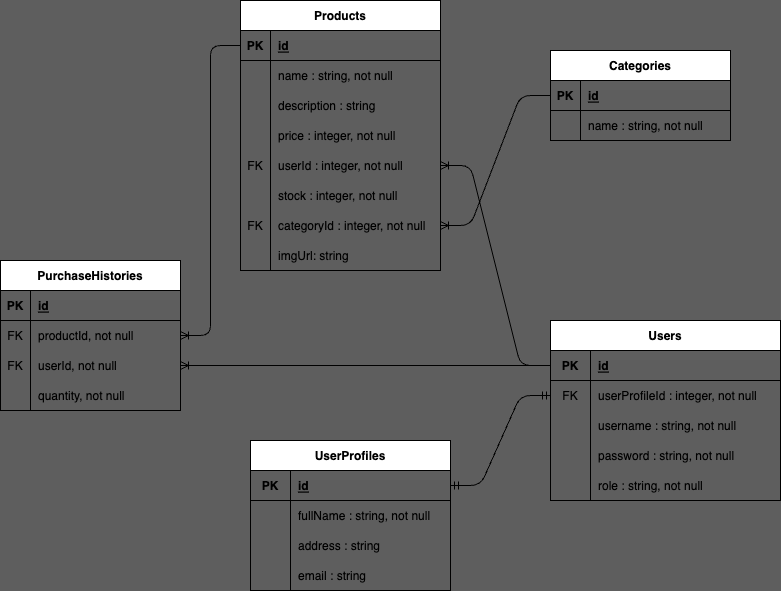
IngridSurya/PH1-PP-Ecommerce keeps this draw.io diagram as schema_ecommerce.png. Above is the earlier version. Source tidied: cells renumbered, new cells last; positions are measured from the earlier drawing's top-left corner, leaving out a move shared by most shapes.
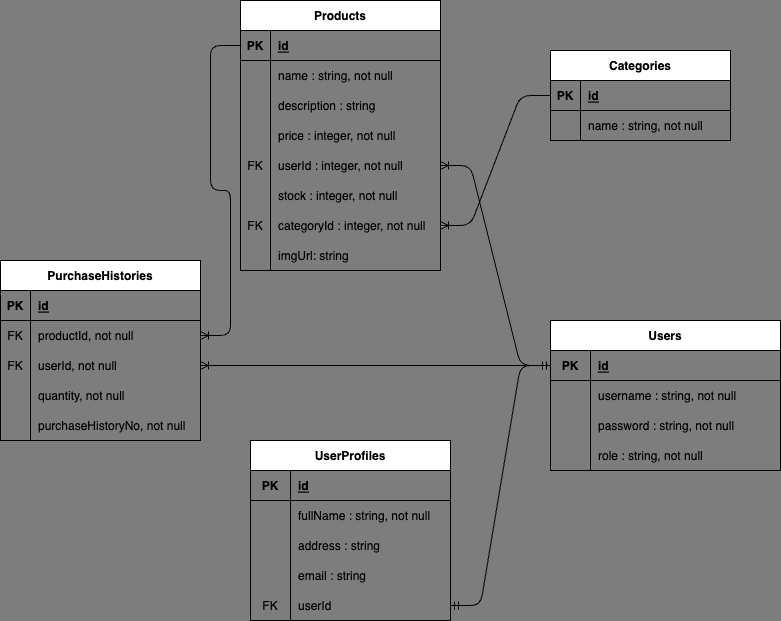
The same diagram one commit later.

The edit, as a diff of the source:
```diff
@@ -1,4 +1,4 @@
-<mxGraphModel background="#5E5E5E">
+<mxGraphModel background="#7D7D7D">
   <root>
     <mxCell id="0" />
     <mxCell id="1" parent="0" />
@@ -99,7 +99,7 @@
       <mxGeometry x="30" width="150" height="30" as="geometry" />
     </mxCell>
     <mxCell id="34" value="Users" style="shape=table;startSize=30;rowLines=0;fontStyle=1;align=center;" parent="1" vertex="1">
-      <mxGeometry x="550" y="320" width="230" height="180" as="geometry" />
+      <mxGeometry x="550" y="320" width="230" height="150" as="geometry" />
     </mxCell>
     <mxCell id="35" style="shape=tableRow;horizontal=0;startSize=0;swimlaneHead=0;swimlaneBody=0;fillColor=none;points=[[0,0.5],[1,0.5]];portConstraint=eastwest;top=0;left=0;right=0;bottom=1;" parent="34" vertex="1">
       <mxGeometry y="30" width="230" height="30" as="geometry" />
@@ -110,17 +110,8 @@
     <mxCell id="37" value="id" style="shape=partialRectangle;fillColor=none;top=0;left=0;bottom=0;right=0;align=left;spacingLeft=6;fontStyle=5;overflow=hidden;" parent="35" vertex="1">
       <mxGeometry x="40" width="190" height="30" as="geometry" />
     </mxCell>
-    <mxCell id="38" style="shape=tableRow;horizontal=0;startSize=0;swimlaneHead=0;swimlaneBody=0;fillColor=none;points=[[0,0.5],[1,0.5]];portConstraint=eastwest;top=0;left=0;right=0;bottom=0;" parent="34" vertex="1">
-      <mxGeometry y="60" width="230" height="30" as="geometry" />
-    </mxCell>
-    <mxCell id="39" value="FK" style="shape=partialRectangle;fillColor=none;top=0;left=0;bottom=0;right=0;overflow=hidden;" parent="38" vertex="1">
-      <mxGeometry width="40" height="30" as="geometry" />
-    </mxCell>
-    <mxCell id="40" value="userProfileId : integer, not null" style="shape=partialRectangle;fillColor=none;top=0;left=0;bottom=0;right=0;align=left;spacingLeft=6;overflow=hidden;" parent="38" vertex="1">
-      <mxGeometry x="40" width="190" height="30" as="geometry" />
-    </mxCell>
     <mxCell id="41" style="shape=tableRow;horizontal=0;startSize=0;swimlaneHead=0;swimlaneBody=0;fillColor=none;top=0;left=0;right=0;bottom=0;" parent="34" vertex="1">
-      <mxGeometry y="90" width="230" height="30" as="geometry" />
+      <mxGeometry y="60" width="230" height="30" as="geometry" />
     </mxCell>
     <mxCell id="42" style="shape=partialRectangle;fillColor=none;top=0;left=0;bottom=0;right=0;overflow=hidden;" parent="41" vertex="1">
       <mxGeometry width="40" height="30" as="geometry" />
@@ -129,7 +120,7 @@
       <mxGeometry x="40" width="190" height="30" as="geometry" />
     </mxCell>
     <mxCell id="44" style="shape=tableRow;horizontal=0;startSize=0;swimlaneHead=0;swimlaneBody=0;fillColor=none;top=0;left=0;right=0;bottom=0;" parent="34" vertex="1">
-      <mxGeometry y="120" width="230" height="30" as="geometry" />
+      <mxGeometry y="90" width="230" height="30" as="geometry" />
     </mxCell>
     <mxCell id="45" style="shape=partialRectangle;fillColor=none;top=0;left=0;bottom=0;right=0;overflow=hidden;" parent="44" vertex="1">
       <mxGeometry width="40" height="30" as="geometry" />
@@ -138,7 +129,7 @@
       <mxGeometry x="40" width="190" height="30" as="geometry" />
     </mxCell>
     <mxCell id="47" style="shape=tableRow;horizontal=0;startSize=0;swimlaneHead=0;swimlaneBody=0;fillColor=none;top=0;left=0;right=0;bottom=0;" parent="34" vertex="1">
-      <mxGeometry y="150" width="230" height="30" as="geometry" />
+      <mxGeometry y="120" width="230" height="30" as="geometry" />
     </mxCell>
     <mxCell id="48" style="shape=partialRectangle;fillColor=none;top=0;left=0;bottom=0;right=0;overflow=hidden;" parent="47" vertex="1">
       <mxGeometry width="40" height="30" as="geometry" />
@@ -147,44 +138,53 @@
       <mxGeometry x="40" width="190" height="30" as="geometry" />
     </mxCell>
     <mxCell id="50" value="PurchaseHistories" style="shape=table;startSize=30;rowLines=0;fontStyle=1;align=center;" parent="1" vertex="1">
-      <mxGeometry y="260" width="180" height="150" as="geometry" />
+      <mxGeometry y="260" width="200" height="180" as="geometry" />
     </mxCell>
     <mxCell id="51" style="shape=tableRow;horizontal=0;startSize=0;swimlaneHead=0;swimlaneBody=0;fillColor=none;top=0;left=0;right=0;bottom=1;" parent="50" vertex="1">
-      <mxGeometry y="30" width="180" height="30" as="geometry" />
+      <mxGeometry y="30" width="200" height="30" as="geometry" />
     </mxCell>
     <mxCell id="52" value="PK" style="shape=partialRectangle;fillColor=none;top=0;left=0;bottom=0;right=0;fontStyle=1;overflow=hidden;" parent="51" vertex="1">
       <mxGeometry width="30" height="30" as="geometry" />
     </mxCell>
     <mxCell id="53" value="id" style="shape=partialRectangle;fillColor=none;top=0;left=0;bottom=0;right=0;align=left;spacingLeft=6;fontStyle=5;overflow=hidden;" parent="51" vertex="1">
-      <mxGeometry x="30" width="150" height="30" as="geometry" />
+      <mxGeometry x="30" width="170" height="30" as="geometry" />
     </mxCell>
     <mxCell id="54" style="shape=tableRow;horizontal=0;startSize=0;swimlaneHead=0;swimlaneBody=0;fillColor=none;points=[[0,0.5],[1,0.5]];portConstraint=eastwest;top=0;left=0;right=0;bottom=0;" parent="50" vertex="1">
-      <mxGeometry y="60" width="180" height="30" as="geometry" />
+      <mxGeometry y="60" width="200" height="30" as="geometry" />
     </mxCell>
     <mxCell id="55" value="FK" style="shape=partialRectangle;fillColor=none;top=0;left=0;bottom=0;right=0;overflow=hidden;" parent="54" vertex="1">
       <mxGeometry width="30" height="30" as="geometry" />
     </mxCell>
     <mxCell id="56" value="productId, not null" style="shape=partialRectangle;fillColor=none;top=0;left=0;bottom=0;right=0;align=left;spacingLeft=6;overflow=hidden;" parent="54" vertex="1">
-      <mxGeometry x="30" width="150" height="30" as="geometry" />
+      <mxGeometry x="30" width="170" height="30" as="geometry" />
     </mxCell>
     <mxCell id="57" style="shape=tableRow;horizontal=0;startSize=0;swimlaneHead=0;swimlaneBody=0;fillColor=none;points=[[0,0.5],[1,0.5]];portConstraint=eastwest;top=0;left=0;right=0;bottom=0;" parent="50" vertex="1">
-      <mxGeometry y="90" width="180" height="30" as="geometry" />
+      <mxGeometry y="90" width="200" height="30" as="geometry" />
     </mxCell>
     <mxCell id="58" value="FK" style="shape=partialRectangle;fillColor=none;top=0;left=0;bottom=0;right=0;overflow=hidden;" parent="57" vertex="1">
       <mxGeometry width="30" height="30" as="geometry" />
     </mxCell>
     <mxCell id="59" value="userId, not null" style="shape=partialRectangle;fillColor=none;top=0;left=0;bottom=0;right=0;align=left;spacingLeft=6;overflow=hidden;" parent="57" vertex="1">
-      <mxGeometry x="30" width="150" height="30" as="geometry" />
+      <mxGeometry x="30" width="170" height="30" as="geometry" />
     </mxCell>
     <mxCell id="60" style="shape=tableRow;horizontal=0;startSize=0;swimlaneHead=0;swimlaneBody=0;fillColor=none;top=0;left=0;right=0;bottom=0;" parent="50" vertex="1">
-      <mxGeometry y="120" width="180" height="30" as="geometry" />
+      <mxGeometry y="120" width="200" height="30" as="geometry" />
     </mxCell>
     <mxCell id="61" style="shape=partialRectangle;fillColor=none;top=0;left=0;bottom=0;right=0;overflow=hidden;" parent="60" vertex="1">
       <mxGeometry width="30" height="30" as="geometry" />
     </mxCell>
     <mxCell id="62" value="quantity, not null" style="shape=partialRectangle;fillColor=none;top=0;left=0;bottom=0;right=0;align=left;spacingLeft=6;overflow=hidden;" parent="60" vertex="1">
-      <mxGeometry x="30" width="150" height="30" as="geometry" />
+      <mxGeometry x="30" width="170" height="30" as="geometry" />
     </mxCell>
+    <mxCell id="81" style="shape=tableRow;horizontal=0;startSize=0;swimlaneHead=0;swimlaneBody=0;fillColor=none;top=0;left=0;right=0;bottom=0;" parent="50" vertex="1">
+      <mxGeometry y="150" width="200" height="30" as="geometry" />
+    </mxCell>
+    <mxCell id="82" style="shape=partialRectangle;fillColor=none;top=0;left=0;bottom=0;right=0;overflow=hidden;" parent="81" vertex="1">
+      <mxGeometry width="30" height="30" as="geometry" />
+    </mxCell>
+    <mxCell id="83" value="purchaseHistoryNo, not null" style="shape=partialRectangle;fillColor=none;top=0;left=0;bottom=0;right=0;align=left;spacingLeft=6;overflow=hidden;" parent="81" vertex="1">
+      <mxGeometry x="30" width="170" height="30" as="geometry" />
+    </mxCell>
     <mxCell id="63" style="edgeStyle=entityRelationEdgeStyle;fontSize=12;html=1;endArrow=ERoneToMany;exitX=0;exitY=0.5;exitDx=0;exitDy=0;entryX=1;entryY=0.5;entryDx=0;entryDy=0;" parent="1" edge="1" source="28" target="21">
       <mxGeometry relative="1" as="geometry" />
     </mxCell>
@@ -195,7 +195,7 @@
       <mxGeometry relative="1" as="geometry" />
     </mxCell>
     <mxCell id="66" value="UserProfiles" style="shape=table;startSize=30;rowLines=0;fontStyle=1;align=center;" parent="1" vertex="1">
-      <mxGeometry x="250" y="440" width="200" height="150" as="geometry" />
+      <mxGeometry x="250" y="440" width="200" height="180" as="geometry" />
     </mxCell>
     <mxCell id="67" style="shape=tableRow;horizontal=0;startSize=0;swimlaneHead=0;swimlaneBody=0;fillColor=none;points=[[0,0.5],[1,0.5]];portConstraint=eastwest;top=0;left=0;right=0;bottom=1;" parent="66" vertex="1">
       <mxGeometry y="30" width="200" height="30" as="geometry" />
@@ -233,7 +233,16 @@
     <mxCell id="78" value="email : string" style="shape=partialRectangle;fillColor=none;top=0;left=0;bottom=0;right=0;align=left;spacingLeft=6;overflow=hidden;" parent="76" vertex="1">
       <mxGeometry x="40" width="160" height="30" as="geometry" />
     </mxCell>
+    <mxCell id="84" style="shape=tableRow;horizontal=0;startSize=0;swimlaneHead=0;swimlaneBody=0;fillColor=none;points=[[0,0.5],[1,0.5]];portConstraint=eastwest;top=0;left=0;right=0;bottom=0;" parent="66" vertex="1">
+      <mxGeometry y="150" width="200" height="30" as="geometry" />
+    </mxCell>
+    <mxCell id="39" value="FK" style="shape=partialRectangle;fillColor=none;top=0;left=0;bottom=0;right=0;overflow=hidden;" parent="84" vertex="1">
+      <mxGeometry width="40" height="30" as="geometry" />
+    </mxCell>
+    <mxCell id="85" value="userId" style="shape=partialRectangle;fillColor=none;top=0;left=0;bottom=0;right=0;align=left;spacingLeft=6;overflow=hidden;" parent="84" vertex="1">
+      <mxGeometry x="40" width="160" height="30" as="geometry" />
+    </mxCell>
-    <mxCell id="79" style="edgeStyle=entityRelationEdgeStyle;fontSize=12;html=1;endArrow=ERmandOne;startArrow=ERmandOne;exitX=0;exitY=0.5;exitDx=0;exitDy=0;" parent="1" edge="1" source="38" target="67">
+    <mxCell id="79" style="edgeStyle=entityRelationEdgeStyle;fontSize=12;html=1;endArrow=ERmandOne;startArrow=ERmandOne;exitX=0;exitY=0.5;exitDx=0;exitDy=0;entryX=1;entryY=0.5;entryDx=0;entryDy=0;" parent="1" edge="1" source="35" target="84">
       <mxGeometry relative="1" as="geometry" />
     </mxCell>
     <mxCell id="80" style="edgeStyle=entityRelationEdgeStyle;fontSize=12;html=1;endArrow=ERoneToMany;exitX=0;exitY=0.5;exitDx=0;exitDy=0;" parent="1" edge="1" source="3" target="54">
```
